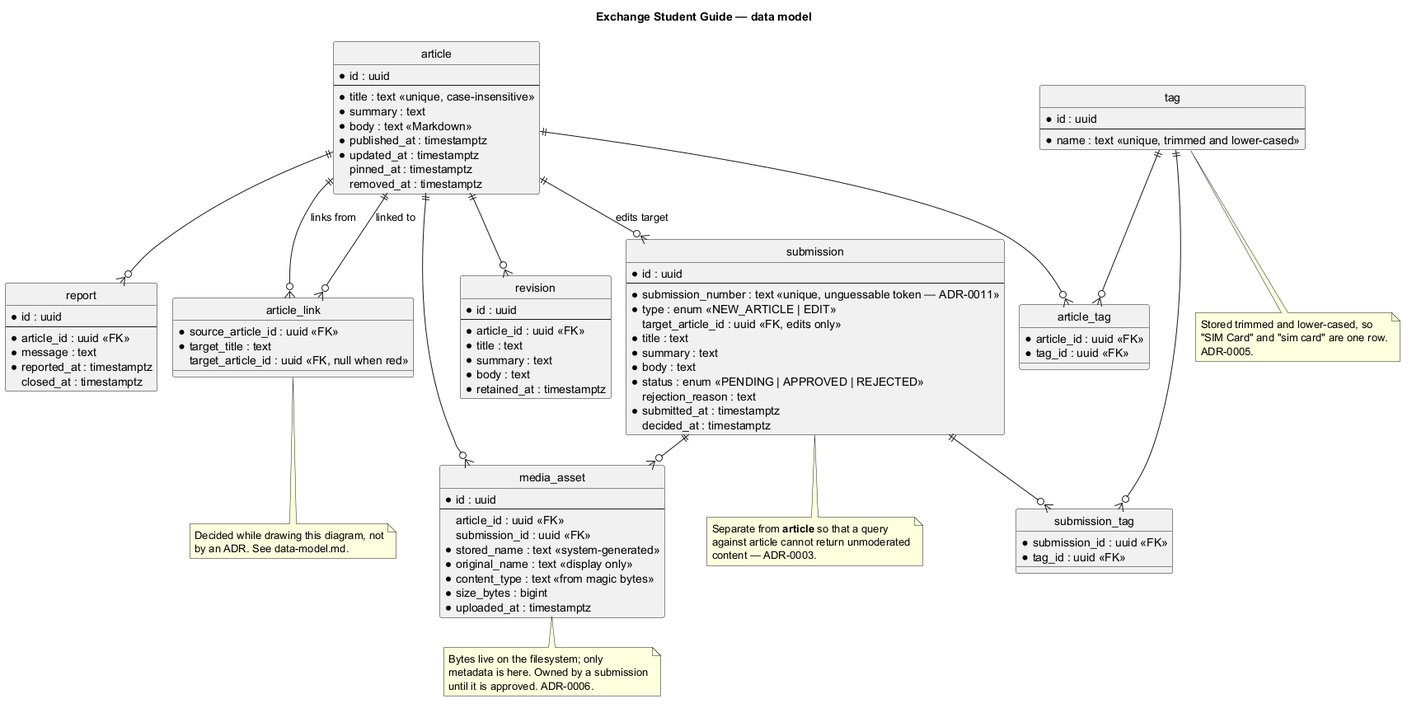
The PlantUML diagram docs/diagrams/out/erd.png in rikire/Exchange-Student-Guide-Platform, before a commit. Source of this version:
```plantuml
@startuml erd
!pragma layout smetana
hide circle
skinparam linetype ortho

title Exchange Student Guide — data model

entity "article" as article {
  * id : uuid
  --
  * title : text <<unique, case-insensitive>>
  * summary : text
  * body : text <<Markdown>>
  * published_at : timestamptz
  * updated_at : timestamptz
  pinned_at : timestamptz
  removed_at : timestamptz
}

entity "submission" as submission {
  * id : uuid
  --
  * submission_number : text <<unique, unguessable token — ADR-0011>>
  * type : enum <<NEW_ARTICLE | EDIT>>
  target_article_id : uuid <<FK, edits only>>
  * title : text
  * summary : text
  * body : text
  * status : enum <<PENDING | APPROVED | REJECTED>>
  rejection_reason : text
  * submitted_at : timestamptz
  decided_at : timestamptz
}

entity "revision" as revision {
  * id : uuid
  --
  * article_id : uuid <<FK>>
  * title : text
  * summary : text
  * body : text
  * retained_at : timestamptz
}

entity "tag" as tag {
  * id : uuid
  --
  * name : text <<unique, trimmed and lower-cased>>
}

entity "article_tag" as article_tag {
  * article_id : uuid <<FK>>
  * tag_id : uuid <<FK>>
}

entity "submission_tag" as submission_tag {
  * submission_id : uuid <<FK>>
  * tag_id : uuid <<FK>>
}

entity "media_asset" as media_asset {
  * id : uuid
  --
  article_id : uuid <<FK>>
  submission_id : uuid <<FK>>
  * stored_name : text <<system-generated>>
  * original_name : text <<display only>>
  * content_type : text <<from magic bytes>>
  * size_bytes : bigint
  * uploaded_at : timestamptz
}

entity "report" as report {
  * id : uuid
  --
  * article_id : uuid <<FK>>
  * message : text
  * reported_at : timestamptz
  closed_at : timestamptz
}

entity "article_link" as article_link {
  * source_article_id : uuid <<FK>>
  * target_title : text
  target_article_id : uuid <<FK, null when red>>
}

article ||--o{ article_tag
tag ||--o{ article_tag
submission ||--o{ submission_tag
tag ||--o{ submission_tag
article ||--o{ revision
article ||--o{ submission : "edits target"
article ||--o{ media_asset
submission ||--o{ media_asset
article ||--o{ report
article ||--o{ article_link : "links from"
article ||--o{ article_link : "linked to"

note bottom of submission
  Separate from **article** so that a query
  against article cannot return unmoderated
  content — ADR-0003.
end note

note bottom of tag
  Stored trimmed and lower-cased, so
  "SIM Card" and "sim card" are one row.
  ADR-0005.
end note

note bottom of media_asset
  Bytes live on the filesystem; only
  metadata is here. Owned by a submission
  until it is approved. ADR-0006.
end note

note bottom of article_link
  Decided while drawing this diagram, not
  by an ADR. See data-model.md.
end note
@enduml
```
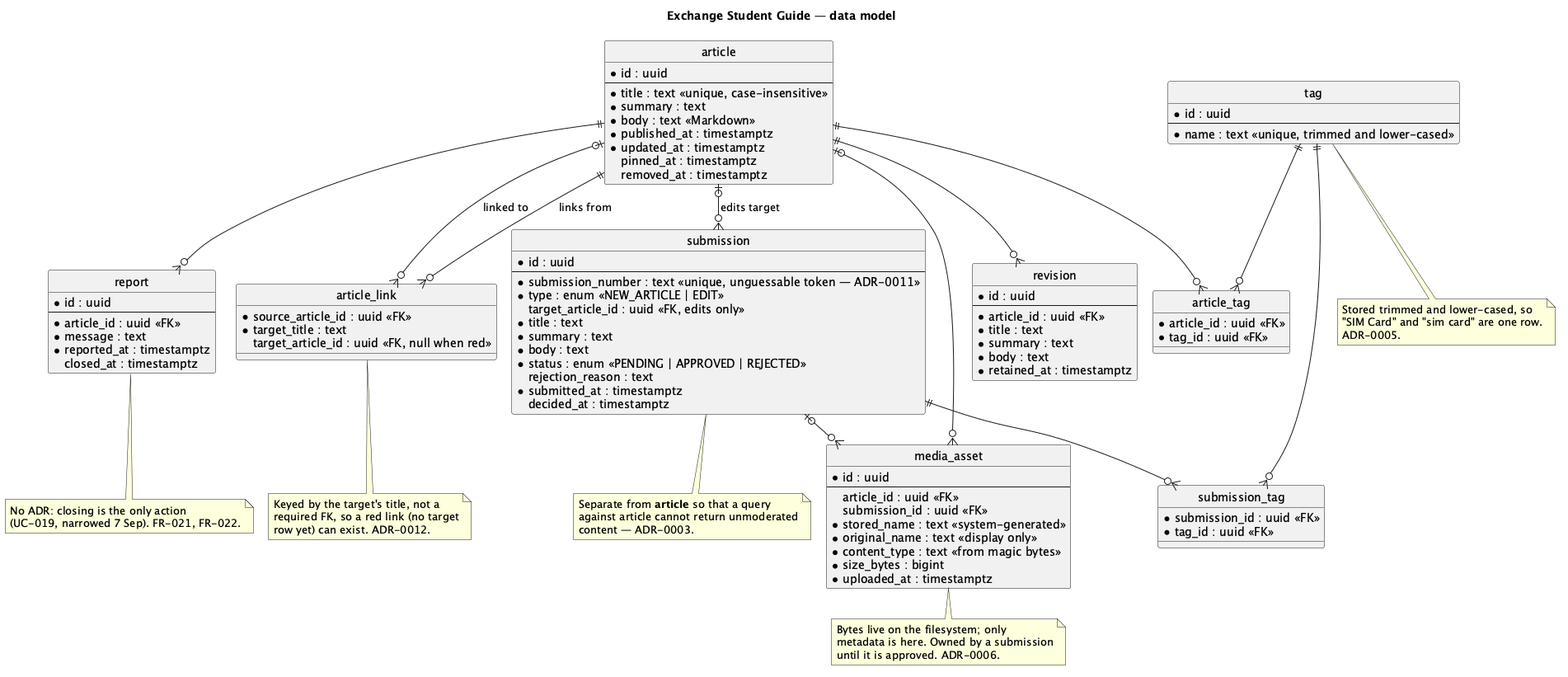
After the commit.

Commit message:
docs(erd): fix stale article_link note and four wrong cardinalities

ADR-0012 (21 Sep) formalised article_link's storage decision, but the
diagram source was never revisited: its header and note still claimed
no ADR decided it. Also corrected four relationships drawn as
mandatory-one (||) where the underlying FK is nullable — submission's
edits-target, both media_asset FKs, and article_link's target — which
should read zero-or-one (|o). Added a note explaining report has no
ADR, matching the header's claim that every table is explained.

Change to the diagram source:
```diff
@@ -90,12 +90,12 @@
 submission ||--o{ submission_tag
 tag ||--o{ submission_tag
 article ||--o{ revision
-article ||--o{ submission : "edits target"
-article ||--o{ media_asset
-submission ||--o{ media_asset
+article |o--o{ submission : "edits target"
+article |o--o{ media_asset
+submission |o--o{ media_asset
 article ||--o{ report
 article ||--o{ article_link : "links from"
-article ||--o{ article_link : "linked to"
+article |o--o{ article_link : "linked to"
 
 note bottom of submission
   Separate from **article** so that a query
@@ -116,7 +116,13 @@
 end note
 
 note bottom of article_link
-  Decided while drawing this diagram, not
-  by an ADR. See data-model.md.
+  Keyed by the target's title, not a
+  required FK, so a red link (no target
+  row yet) can exist. ADR-0012.
+end note
+
+note bottom of report
+  No ADR: closing is the only action
+  (UC-019, narrowed 7 Sep). FR-021, FR-022.
 end note
 @enduml
```
